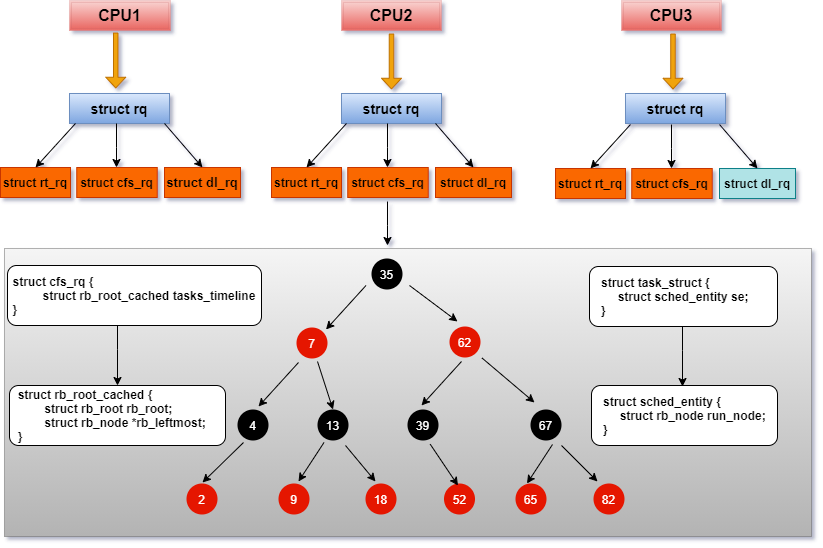
This is 深入理解Linux内核/进程/img/schedule.png from orientye/understanding-the-linux-kernel, a draw.io export, as it was before one commit. Source tidied: cells renumbered, new cells last; positions are measured from the earlier drawing's top-left corner, leaving out a move shared by most shapes. Source of this version:
```xml
<mxGraphModel shadow="1">
  <root>
    <mxCell id="0" />
    <mxCell id="1" parent="0" />
    <mxCell id="2" style="rounded=0;whiteSpace=wrap;html=1;glass=0;shadow=0;dashed=1;dashPattern=1 1;fillColor=#f5f5f5;strokeColor=#666666;gradientColor=#b3b3b3;" parent="1" vertex="1">
      <mxGeometry x="4" y="248" width="807" height="288" as="geometry" />
    </mxCell>
    <mxCell id="3" value="CPU2" style="shape=ext;double=1;rounded=0;whiteSpace=wrap;html=1;labelBackgroundColor=none;labelBorderColor=none;fontSize=16;strokeColor=#b85450;fillColor=#f8cecc;strokeWidth=0;fontStyle=1;gradientColor=#ea6b66;" parent="1" vertex="1">
      <mxGeometry x="341" width="100" height="30" as="geometry" />
    </mxCell>
    <mxCell id="4" value="CPU3" style="shape=ext;double=1;rounded=0;whiteSpace=wrap;html=1;labelBackgroundColor=none;labelBorderColor=none;fontSize=16;strokeColor=#b85450;fillColor=#f8cecc;strokeWidth=0;fontStyle=1;gradientColor=#ea6b66;" parent="1" vertex="1">
      <mxGeometry x="621" width="100" height="30" as="geometry" />
    </mxCell>
    <mxCell id="5" value="CPU1" style="shape=ext;double=1;rounded=0;whiteSpace=wrap;html=1;labelBackgroundColor=none;labelBorderColor=none;fontSize=16;strokeColor=#b85450;fillColor=#f8cecc;strokeWidth=0;fontStyle=1;gradientColor=#ea6b66;" parent="1" vertex="1">
      <mxGeometry x="69" width="101" height="30" as="geometry" />
    </mxCell>
    <mxCell id="6" style="shape=singleArrow;direction=east;whiteSpace=wrap;html=1;labelBackgroundColor=#FF9933;labelBorderColor=#FF9933;fontSize=21;rotation=90;fillColor=#f0a30a;strokeColor=#BD7000;fontColor=#000000;arrowWidth=0.2259999999999991;arrowSize=0.19527272727272743;" parent="1" vertex="1">
      <mxGeometry x="87.8" y="50" width="55" height="20" as="geometry" />
    </mxCell>
    <mxCell id="7" style="shape=singleArrow;direction=east;whiteSpace=wrap;html=1;labelBackgroundColor=#FF9933;labelBorderColor=#FF9933;fontSize=21;rotation=90;fillColor=#f0a30a;strokeColor=#BD7000;fontColor=#000000;arrowWidth=0.2259999999999991;arrowSize=0.19527272727272743;" parent="1" vertex="1">
      <mxGeometry x="363.5" y="51" width="55" height="20" as="geometry" />
    </mxCell>
    <mxCell id="8" style="shape=singleArrow;direction=east;whiteSpace=wrap;html=1;labelBackgroundColor=#FF9933;labelBorderColor=#FF9933;fontSize=21;rotation=90;fillColor=#f0a30a;strokeColor=#BD7000;fontColor=#000000;arrowWidth=0.2259999999999991;arrowSize=0.19527272727272743;" parent="1" vertex="1">
      <mxGeometry x="645" y="51" width="55" height="20" as="geometry" />
    </mxCell>
    <mxCell id="9" value="struct rq" style="rounded=0;whiteSpace=wrap;html=1;fillColor=#dae8fc;strokeColor=#6c8ebf;fontSize=14;fontStyle=1;gradientColor=#7ea6e0;" parent="1" vertex="1">
      <mxGeometry x="69" y="93" width="100" height="30" as="geometry" />
    </mxCell>
    <mxCell id="10" value="struct rq" style="rounded=0;whiteSpace=wrap;html=1;fillColor=#dae8fc;strokeColor=#6c8ebf;fontSize=14;fontStyle=1;gradientColor=#7ea6e0;" parent="1" vertex="1">
      <mxGeometry x="341" y="93" width="100" height="30" as="geometry" />
    </mxCell>
    <mxCell id="11" value="struct rq" style="rounded=0;whiteSpace=wrap;html=1;fillColor=#dae8fc;strokeColor=#6c8ebf;fontSize=14;fontStyle=1;gradientColor=#7ea6e0;" parent="1" vertex="1">
      <mxGeometry x="625" y="93" width="100" height="30" as="geometry" />
    </mxCell>
    <mxCell id="12" value="struct rt_rq" style="rounded=0;whiteSpace=wrap;html=1;fillColor=#fa6800;strokeColor=#C73500;fontSize=12;fontStyle=1;fontColor=#000000;" parent="1" vertex="1">
      <mxGeometry y="167" width="70" height="30" as="geometry" />
    </mxCell>
    <mxCell id="13" value="struct cfs_rq" style="rounded=0;whiteSpace=wrap;html=1;fillColor=#fa6800;strokeColor=#C73500;fontSize=12;fontStyle=1;fontColor=#000000;" parent="1" vertex="1">
      <mxGeometry x="76.2" y="167" width="80.5" height="30" as="geometry" />
    </mxCell>
    <mxCell id="14" value="struct dl_rq" style="rounded=0;whiteSpace=wrap;html=1;fillColor=#fa6800;strokeColor=#C73500;fontSize=13;fontStyle=1;fontColor=#000000;" parent="1" vertex="1">
      <mxGeometry x="164" y="167" width="76" height="30" as="geometry" />
    </mxCell>
    <mxCell id="15" style="endArrow=classic;html=1;rounded=0;entryX=0.5;entryY=0;entryDx=0;entryDy=0;" parent="1" edge="1" target="12">
      <mxGeometry relative="1" as="geometry">
        <mxPoint x="75" y="123" as="sourcePoint" />
        <Array as="points">
          <mxPoint x="55" y="145" />
        </Array>
      </mxGeometry>
    </mxCell>
    <mxCell id="16" style="endArrow=classic;html=1;rounded=0;" parent="1" edge="1">
      <mxGeometry relative="1" as="geometry">
        <mxPoint x="116" y="123" as="sourcePoint" />
        <mxPoint x="116" y="167" as="targetPoint" />
        <Array as="points">
          <mxPoint x="116" y="147" />
        </Array>
      </mxGeometry>
    </mxCell>
    <mxCell id="17" style="endArrow=classic;html=1;rounded=0;entryX=0.5;entryY=0;entryDx=0;entryDy=0;" parent="1" edge="1" target="14">
      <mxGeometry relative="1" as="geometry">
        <mxPoint x="164" y="123" as="sourcePoint" />
      </mxGeometry>
    </mxCell>
    <mxCell id="18" value="struct rt_rq" style="rounded=0;whiteSpace=wrap;html=1;fillColor=#fa6800;strokeColor=#C73500;fontSize=12;fontStyle=1;fontColor=#000000;" parent="1" vertex="1">
      <mxGeometry x="271" y="167" width="70" height="30" as="geometry" />
    </mxCell>
    <mxCell id="19" value="struct cfs_rq" style="rounded=0;whiteSpace=wrap;html=1;fillColor=#fa6800;strokeColor=#C73500;fontSize=12;fontStyle=1;fontColor=#000000;" parent="1" vertex="1">
      <mxGeometry x="347.2" y="167" width="80.5" height="30" as="geometry" />
    </mxCell>
    <mxCell id="20" value="struct dl_rq" style="rounded=0;whiteSpace=wrap;html=1;fillColor=#fa6800;strokeColor=#C73500;fontSize=12;fontStyle=1;fontColor=#000000;" parent="1" vertex="1">
      <mxGeometry x="435" y="167" width="76" height="30" as="geometry" />
    </mxCell>
    <mxCell id="21" style="endArrow=classic;html=1;rounded=0;entryX=0.5;entryY=0;entryDx=0;entryDy=0;" parent="1" edge="1" target="18">
      <mxGeometry relative="1" as="geometry">
        <mxPoint x="346" y="123" as="sourcePoint" />
      </mxGeometry>
    </mxCell>
    <mxCell id="22" style="endArrow=classic;html=1;rounded=0;" parent="1" edge="1">
      <mxGeometry relative="1" as="geometry">
        <mxPoint x="387" y="123" as="sourcePoint" />
        <mxPoint x="387" y="167" as="targetPoint" />
        <Array as="points">
          <mxPoint x="387" y="147" />
        </Array>
      </mxGeometry>
    </mxCell>
    <mxCell id="23" style="endArrow=classic;html=1;rounded=0;entryX=0.5;entryY=0;entryDx=0;entryDy=0;" parent="1" edge="1" target="20">
      <mxGeometry relative="1" as="geometry">
        <mxPoint x="435" y="123" as="sourcePoint" />
      </mxGeometry>
    </mxCell>
    <mxCell id="24" value="struct rt_rq" style="rounded=0;whiteSpace=wrap;html=1;fillColor=#fa6800;strokeColor=#C73500;fontSize=12;fontStyle=1;fontColor=#000000;" parent="1" vertex="1">
      <mxGeometry x="555" y="168" width="70" height="30" as="geometry" />
    </mxCell>
    <mxCell id="25" value="struct cfs_rq" style="rounded=0;whiteSpace=wrap;html=1;fillColor=#fa6800;strokeColor=#C73500;fontSize=12;fontStyle=1;fontColor=#000000;" parent="1" vertex="1">
      <mxGeometry x="631.2" y="168" width="80.5" height="30" as="geometry" />
    </mxCell>
    <mxCell id="26" value="struct dl_rq" style="rounded=0;whiteSpace=wrap;html=1;fillColor=#b0e3e6;strokeColor=#0e8088;fontSize=12;fontStyle=1;" parent="1" vertex="1">
      <mxGeometry x="719" y="168" width="76" height="30" as="geometry" />
    </mxCell>
    <mxCell id="27" style="endArrow=classic;html=1;rounded=0;entryX=0.5;entryY=0;entryDx=0;entryDy=0;" parent="1" edge="1" target="24">
      <mxGeometry relative="1" as="geometry">
        <mxPoint x="630" y="124" as="sourcePoint" />
      </mxGeometry>
    </mxCell>
    <mxCell id="28" style="endArrow=classic;html=1;rounded=0;" parent="1" edge="1">
      <mxGeometry relative="1" as="geometry">
        <mxPoint x="671" y="124" as="sourcePoint" />
        <mxPoint x="671" y="168" as="targetPoint" />
        <Array as="points">
          <mxPoint x="671" y="148" />
        </Array>
      </mxGeometry>
    </mxCell>
    <mxCell id="29" style="endArrow=classic;html=1;rounded=0;entryX=0.5;entryY=0;entryDx=0;entryDy=0;" parent="1" edge="1" target="26">
      <mxGeometry relative="1" as="geometry">
        <mxPoint x="719" y="124" as="sourcePoint" />
      </mxGeometry>
    </mxCell>
    <mxCell id="30" style="endArrow=classic;html=1;rounded=0;" parent="1" edge="1">
      <mxGeometry relative="1" as="geometry">
        <mxPoint x="387" y="201" as="sourcePoint" />
        <mxPoint x="387" y="245" as="targetPoint" />
        <Array as="points">
          <mxPoint x="387" y="225" />
        </Array>
      </mxGeometry>
    </mxCell>
    <mxCell id="31" value="7" style="ellipse;whiteSpace=wrap;html=1;fillColor=#e51400;fontColor=#ffffff;strokeColor=none;" parent="1" vertex="1">
      <mxGeometry x="296" y="327" width="31" height="31" as="geometry" />
    </mxCell>
    <mxCell id="32" value="35" style="ellipse;whiteSpace=wrap;html=1;fillColor=#000000;fontColor=#ffffff;strokeColor=none;" parent="1" vertex="1">
      <mxGeometry x="371" y="258" width="31" height="31" as="geometry" />
    </mxCell>
    <mxCell id="33" value="62" style="ellipse;whiteSpace=wrap;html=1;fillColor=#e51400;fontColor=#ffffff;strokeColor=none;" parent="1" vertex="1">
      <mxGeometry x="449" y="326" width="31" height="31" as="geometry" />
    </mxCell>
    <mxCell id="34" value="4" style="ellipse;whiteSpace=wrap;html=1;fillColor=#000000;fontColor=#ffffff;strokeColor=none;horizontal=1;verticalAlign=middle;" parent="1" vertex="1">
      <mxGeometry x="237" y="409" width="31" height="31" as="geometry" />
    </mxCell>
    <mxCell id="35" value="13" style="ellipse;whiteSpace=wrap;html=1;fillColor=#000000;fontColor=#ffffff;strokeColor=none;horizontal=1;verticalAlign=middle;" parent="1" vertex="1">
      <mxGeometry x="317" y="409" width="31" height="31" as="geometry" />
    </mxCell>
    <mxCell id="36" value="39" style="ellipse;whiteSpace=wrap;html=1;fillColor=#000000;fontColor=#ffffff;strokeColor=none;horizontal=1;verticalAlign=middle;" parent="1" vertex="1">
      <mxGeometry x="407" y="409" width="31" height="31" as="geometry" />
    </mxCell>
    <mxCell id="37" value="67" style="ellipse;whiteSpace=wrap;html=1;fillColor=#000000;fontColor=#ffffff;strokeColor=none;horizontal=1;verticalAlign=middle;" parent="1" vertex="1">
      <mxGeometry x="530" y="409" width="31" height="31" as="geometry" />
    </mxCell>
    <mxCell id="38" value="2" style="ellipse;whiteSpace=wrap;html=1;fillColor=#e51400;fontColor=#ffffff;strokeColor=none;" parent="1" vertex="1">
      <mxGeometry x="186" y="483" width="31" height="31" as="geometry" />
    </mxCell>
    <mxCell id="39" value="65" style="ellipse;whiteSpace=wrap;html=1;fillColor=#e51400;fontColor=#ffffff;strokeColor=none;" parent="1" vertex="1">
      <mxGeometry x="515" y="483" width="31" height="31" as="geometry" />
    </mxCell>
    <mxCell id="40" value="82" style="ellipse;whiteSpace=wrap;html=1;fillColor=#e51400;fontColor=#ffffff;strokeColor=none;" parent="1" vertex="1">
      <mxGeometry x="593" y="483" width="31" height="31" as="geometry" />
    </mxCell>
    <mxCell id="41" value="18" style="ellipse;whiteSpace=wrap;html=1;fillColor=#e51400;fontColor=#ffffff;strokeColor=none;" parent="1" vertex="1">
      <mxGeometry x="365" y="483" width="31" height="31" as="geometry" />
    </mxCell>
    <mxCell id="42" value="52" style="ellipse;whiteSpace=wrap;html=1;fillColor=#e51400;fontColor=#ffffff;strokeColor=none;" parent="1" vertex="1">
      <mxGeometry x="443.5" y="483" width="31" height="31" as="geometry" />
    </mxCell>
    <mxCell id="43" value="9" style="ellipse;whiteSpace=wrap;html=1;fillColor=#e51400;fontColor=#ffffff;strokeColor=none;" parent="1" vertex="1">
      <mxGeometry x="278" y="483" width="31" height="31" as="geometry" />
    </mxCell>
    <mxCell id="44" style="endArrow=classic;html=1;rounded=0;entryX=0.5;entryY=0;entryDx=0;entryDy=0;" parent="1" edge="1">
      <mxGeometry relative="1" as="geometry">
        <mxPoint x="365.5" y="285" as="sourcePoint" />
        <mxPoint x="325.5" y="329" as="targetPoint" />
        <Array as="points">
          <mxPoint x="345.5" y="307" />
        </Array>
      </mxGeometry>
    </mxCell>
    <mxCell id="45" style="endArrow=classic;html=1;rounded=0;entryX=0.5;entryY=0;entryDx=0;entryDy=0;" parent="1" edge="1">
      <mxGeometry relative="1" as="geometry">
        <mxPoint x="298" y="362" as="sourcePoint" />
        <mxPoint x="258" y="406" as="targetPoint" />
        <Array as="points">
          <mxPoint x="278" y="384" />
        </Array>
      </mxGeometry>
    </mxCell>
    <mxCell id="46" style="endArrow=classic;html=1;rounded=0;entryX=0.5;entryY=0;entryDx=0;entryDy=0;exitX=0.25;exitY=1.056;exitDx=0;exitDy=0;exitPerimeter=0;" parent="1" edge="1">
      <mxGeometry relative="1" as="geometry">
        <mxPoint x="243" y="442" as="sourcePoint" />
        <mxPoint x="202" y="482" as="targetPoint" />
      </mxGeometry>
    </mxCell>
    <mxCell id="47" style="endArrow=classic;html=1;rounded=0;" parent="1" edge="1">
      <mxGeometry relative="1" as="geometry">
        <mxPoint x="323.5" y="442" as="sourcePoint" />
        <mxPoint x="298" y="481" as="targetPoint" />
      </mxGeometry>
    </mxCell>
    <mxCell id="48" style="endArrow=classic;html=1;rounded=0;" parent="1" edge="1">
      <mxGeometry relative="1" as="geometry">
        <mxPoint x="409" y="285" as="sourcePoint" />
        <mxPoint x="457" y="321" as="targetPoint" />
      </mxGeometry>
    </mxCell>
    <mxCell id="49" style="endArrow=classic;html=1;rounded=0;exitX=1;exitY=1;exitDx=0;exitDy=0;" parent="1" edge="1">
      <mxGeometry relative="1" as="geometry">
        <mxPoint x="481.5" y="357.5" as="sourcePoint" />
        <mxPoint x="534" y="402" as="targetPoint" />
      </mxGeometry>
    </mxCell>
    <mxCell id="50" style="endArrow=classic;html=1;rounded=0;" parent="1" edge="1">
      <mxGeometry relative="1" as="geometry">
        <mxPoint x="561" y="445" as="sourcePoint" />
        <mxPoint x="597" y="481" as="targetPoint" />
      </mxGeometry>
    </mxCell>
    <mxCell id="51" style="endArrow=classic;html=1;rounded=0;exitX=1;exitY=1;exitDx=0;exitDy=0;" parent="1" edge="1">
      <mxGeometry relative="1" as="geometry">
        <mxPoint x="429.7" y="443.7" as="sourcePoint" />
        <mxPoint x="457.5" y="485" as="targetPoint" />
      </mxGeometry>
    </mxCell>
    <mxCell id="52" style="endArrow=classic;html=1;rounded=0;entryX=0.5;entryY=0;entryDx=0;entryDy=0;" parent="1" edge="1">
      <mxGeometry relative="1" as="geometry">
        <mxPoint x="461" y="361" as="sourcePoint" />
        <mxPoint x="421" y="405" as="targetPoint" />
        <Array as="points">
          <mxPoint x="441" y="383" />
        </Array>
      </mxGeometry>
    </mxCell>
    <mxCell id="53" style="endArrow=classic;html=1;rounded=0;entryX=0.5;entryY=0;entryDx=0;entryDy=0;" parent="1" edge="1" target="35">
      <mxGeometry relative="1" as="geometry">
        <mxPoint x="317" y="361" as="sourcePoint" />
      </mxGeometry>
    </mxCell>
    <mxCell id="54" style="endArrow=classic;html=1;rounded=0;" parent="1" edge="1">
      <mxGeometry relative="1" as="geometry">
        <mxPoint x="345" y="445" as="sourcePoint" />
        <mxPoint x="375" y="481" as="targetPoint" />
      </mxGeometry>
    </mxCell>
    <mxCell id="55" style="endArrow=classic;html=1;rounded=0;" parent="1" edge="1">
      <mxGeometry relative="1" as="geometry">
        <mxPoint x="552" y="444" as="sourcePoint" />
        <mxPoint x="526.5" y="483" as="targetPoint" />
      </mxGeometry>
    </mxCell>
    <mxCell id="56" style="edgeStyle=orthogonalEdgeStyle;rounded=0;jettySize=auto;html=1;" parent="1" edge="1" source="57" target="58">
      <mxGeometry relative="1" as="geometry">
        <Array as="points">
          <mxPoint x="117" y="349" />
          <mxPoint x="117" y="349" />
        </Array>
      </mxGeometry>
    </mxCell>
    <mxCell id="57" value="&lt;div style=&quot;text-align: left;&quot;&gt;&lt;span style=&quot;background-color: initial;&quot;&gt;&lt;b&gt;struct cfs_rq {&lt;/b&gt;&lt;/span&gt;&lt;/div&gt;&lt;b&gt;&lt;font style=&quot;font-size: 11px;&quot;&gt;&amp;nbsp; &amp;nbsp; &amp;nbsp; &amp;nbsp; &amp;nbsp;struct rb_root_cached&#9;tasks_timeline&lt;/font&gt;&lt;br&gt;&lt;/b&gt;&lt;div style=&quot;text-align: left;&quot;&gt;&lt;b&gt;}&lt;/b&gt;&lt;/div&gt;" style="rounded=1;whiteSpace=wrap;html=1;" parent="1" vertex="1">
      <mxGeometry x="7" y="265" width="254" height="60" as="geometry" />
    </mxCell>
    <mxCell id="58" value="&lt;div&gt;&lt;b&gt;&amp;nbsp; struct rb_root_cached {&lt;/b&gt;&lt;/div&gt;&lt;div&gt;&lt;b&gt;&amp;nbsp; &amp;nbsp; &amp;nbsp; &amp;nbsp; &amp;nbsp; struct rb_root rb_root;&lt;/b&gt;&lt;/div&gt;&lt;div&gt;&lt;b&gt;&lt;span style=&quot;&quot;&gt;&lt;/span&gt;&amp;nbsp; &amp;nbsp; &amp;nbsp; &amp;nbsp; &amp;nbsp; struct rb_node *rb_leftmost;&lt;/b&gt;&lt;/div&gt;&lt;div&gt;&lt;b&gt;&amp;nbsp; }&lt;/b&gt;&lt;/div&gt;" style="rounded=1;whiteSpace=wrap;html=1;align=left;" parent="1" vertex="1">
      <mxGeometry x="9" y="385" width="216" height="60" as="geometry" />
    </mxCell>
    <mxCell id="59" value="&amp;nbsp; &amp;nbsp;struct task_struct {&lt;br&gt;&amp;nbsp; &amp;nbsp; &amp;nbsp; &amp;nbsp; struct sched_entity&#9;&#9;se;&lt;br&gt;&amp;nbsp; &amp;nbsp;}" style="rounded=1;whiteSpace=wrap;html=1;fontStyle=1;align=left;" parent="1" vertex="1">
      <mxGeometry x="589" y="266" width="188" height="60" as="geometry" />
    </mxCell>
    <mxCell id="60" value="&amp;nbsp; &amp;nbsp;struct sched_entity {&lt;br&gt;&amp;nbsp; &amp;nbsp; &amp;nbsp; &amp;nbsp; struct rb_node&#9;&#9;&#9;run_node;&lt;br&gt;&amp;nbsp; &amp;nbsp;}" style="rounded=1;whiteSpace=wrap;html=1;fontStyle=1;align=left;" parent="1" vertex="1">
      <mxGeometry x="591" y="385" width="186" height="60" as="geometry" />
    </mxCell>
    <mxCell id="61" style="edgeStyle=orthogonalEdgeStyle;rounded=0;orthogonalLoop=1;jettySize=auto;html=1;" parent="1" edge="1">
      <mxGeometry relative="1" as="geometry">
        <mxPoint x="682" y="326" as="sourcePoint" />
        <mxPoint x="682" y="386" as="targetPoint" />
        <Array as="points">
          <mxPoint x="682" y="350" />
          <mxPoint x="682" y="350" />
        </Array>
      </mxGeometry>
    </mxCell>
  </root>
</mxGraphModel>
```
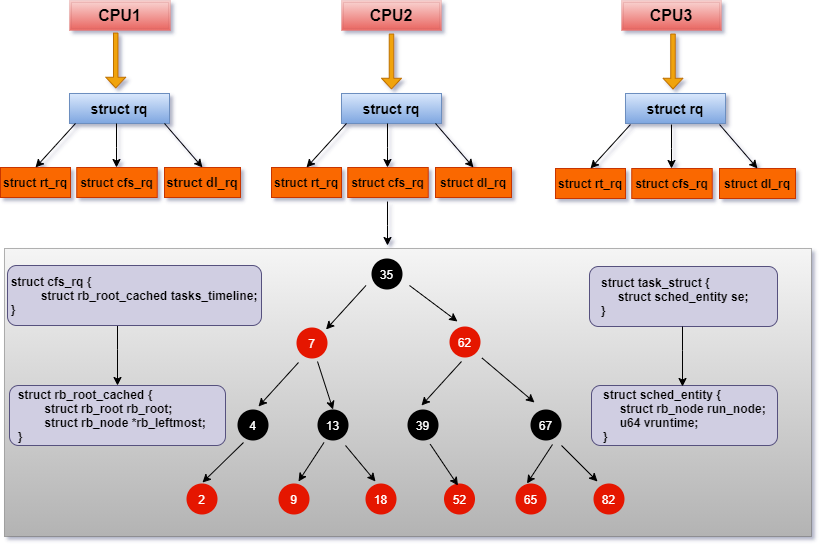
After the change.

Change to the diagram source:
```diff
@@ -1,4 +1,4 @@
-<mxGraphModel shadow="1">
+<mxGraphModel background="#ffffff" shadow="1">
   <root>
     <mxCell id="0" />
     <mxCell id="1" parent="0" />
@@ -97,7 +97,7 @@
     <mxCell id="25" value="struct cfs_rq" style="rounded=0;whiteSpace=wrap;html=1;fillColor=#fa6800;strokeColor=#C73500;fontSize=12;fontStyle=1;fontColor=#000000;" parent="1" vertex="1">
       <mxGeometry x="631.2" y="168" width="80.5" height="30" as="geometry" />
     </mxCell>
-    <mxCell id="26" value="struct dl_rq" style="rounded=0;whiteSpace=wrap;html=1;fillColor=#b0e3e6;strokeColor=#0e8088;fontSize=12;fontStyle=1;" parent="1" vertex="1">
+    <mxCell id="26" value="struct dl_rq" style="rounded=0;whiteSpace=wrap;html=1;fillColor=#fa6800;strokeColor=#C73500;fontSize=12;fontStyle=1;fontColor=#000000;" parent="1" vertex="1">
       <mxGeometry x="719" y="168" width="76" height="30" as="geometry" />
     </mxCell>
     <mxCell id="27" style="endArrow=classic;html=1;rounded=0;entryX=0.5;entryY=0;entryDx=0;entryDy=0;" parent="1" edge="1" target="24">
@@ -255,16 +255,16 @@
         </Array>
       </mxGeometry>
     </mxCell>
-    <mxCell id="57" value="&lt;div style=&quot;text-align: left;&quot;&gt;&lt;span style=&quot;background-color: initial;&quot;&gt;&lt;b&gt;struct cfs_rq {&lt;/b&gt;&lt;/span&gt;&lt;/div&gt;&lt;b&gt;&lt;font style=&quot;font-size: 11px;&quot;&gt;&amp;nbsp; &amp;nbsp; &amp;nbsp; &amp;nbsp; &amp;nbsp;struct rb_root_cached&#9;tasks_timeline&lt;/font&gt;&lt;br&gt;&lt;/b&gt;&lt;div style=&quot;text-align: left;&quot;&gt;&lt;b&gt;}&lt;/b&gt;&lt;/div&gt;" style="rounded=1;whiteSpace=wrap;html=1;" parent="1" vertex="1">
+    <mxCell id="57" value="&lt;div style=&quot;text-align: left;&quot;&gt;&lt;span style=&quot;background-color: initial;&quot;&gt;&lt;b&gt;struct cfs_rq {&lt;/b&gt;&lt;/span&gt;&lt;/div&gt;&lt;b&gt;&lt;font style=&quot;font-size: 11px;&quot;&gt;&amp;nbsp; &amp;nbsp; &amp;nbsp; &amp;nbsp; &amp;nbsp;struct rb_root_cached&#9;tasks_timeline;&lt;/font&gt;&lt;br&gt;&lt;/b&gt;&lt;div style=&quot;text-align: left;&quot;&gt;&lt;b&gt;}&lt;/b&gt;&lt;/div&gt;" style="rounded=1;whiteSpace=wrap;html=1;fillColor=#d0cee2;strokeColor=#56517e;" parent="1" vertex="1">
       <mxGeometry x="7" y="265" width="254" height="60" as="geometry" />
     </mxCell>
-    <mxCell id="58" value="&lt;div&gt;&lt;b&gt;&amp;nbsp; struct rb_root_cached {&lt;/b&gt;&lt;/div&gt;&lt;div&gt;&lt;b&gt;&amp;nbsp; &amp;nbsp; &amp;nbsp; &amp;nbsp; &amp;nbsp; struct rb_root rb_root;&lt;/b&gt;&lt;/div&gt;&lt;div&gt;&lt;b&gt;&lt;span style=&quot;&quot;&gt;&lt;/span&gt;&amp;nbsp; &amp;nbsp; &amp;nbsp; &amp;nbsp; &amp;nbsp; struct rb_node *rb_leftmost;&lt;/b&gt;&lt;/div&gt;&lt;div&gt;&lt;b&gt;&amp;nbsp; }&lt;/b&gt;&lt;/div&gt;" style="rounded=1;whiteSpace=wrap;html=1;align=left;" parent="1" vertex="1">
+    <mxCell id="58" value="&lt;div&gt;&lt;b&gt;&amp;nbsp; struct rb_root_cached {&lt;/b&gt;&lt;/div&gt;&lt;div&gt;&lt;b&gt;&amp;nbsp; &amp;nbsp; &amp;nbsp; &amp;nbsp; &amp;nbsp; struct rb_root rb_root;&lt;/b&gt;&lt;/div&gt;&lt;div&gt;&lt;b&gt;&lt;span style=&quot;&quot;&gt;&lt;/span&gt;&amp;nbsp; &amp;nbsp; &amp;nbsp; &amp;nbsp; &amp;nbsp; struct rb_node *rb_leftmost;&lt;/b&gt;&lt;/div&gt;&lt;div&gt;&lt;b&gt;&amp;nbsp; }&lt;/b&gt;&lt;/div&gt;" style="rounded=1;whiteSpace=wrap;html=1;align=left;fillColor=#d0cee2;strokeColor=#56517e;" parent="1" vertex="1">
       <mxGeometry x="9" y="385" width="216" height="60" as="geometry" />
     </mxCell>
-    <mxCell id="59" value="&amp;nbsp; &amp;nbsp;struct task_struct {&lt;br&gt;&amp;nbsp; &amp;nbsp; &amp;nbsp; &amp;nbsp; struct sched_entity&#9;&#9;se;&lt;br&gt;&amp;nbsp; &amp;nbsp;}" style="rounded=1;whiteSpace=wrap;html=1;fontStyle=1;align=left;" parent="1" vertex="1">
+    <mxCell id="59" value="&amp;nbsp; &amp;nbsp;struct task_struct {&lt;br&gt;&amp;nbsp; &amp;nbsp; &amp;nbsp; &amp;nbsp; struct sched_entity&#9;&#9;se;&lt;br&gt;&amp;nbsp; &amp;nbsp;}" style="rounded=1;whiteSpace=wrap;html=1;fontStyle=1;align=left;fillColor=#d0cee2;strokeColor=#56517e;" parent="1" vertex="1">
       <mxGeometry x="589" y="266" width="188" height="60" as="geometry" />
     </mxCell>
-    <mxCell id="60" value="&amp;nbsp; &amp;nbsp;struct sched_entity {&lt;br&gt;&amp;nbsp; &amp;nbsp; &amp;nbsp; &amp;nbsp; struct rb_node&#9;&#9;&#9;run_node;&lt;br&gt;&amp;nbsp; &amp;nbsp;}" style="rounded=1;whiteSpace=wrap;html=1;fontStyle=1;align=left;" parent="1" vertex="1">
+    <mxCell id="60" value="&amp;nbsp; &amp;nbsp;struct sched_entity {&lt;br&gt;&amp;nbsp; &amp;nbsp; &amp;nbsp; &amp;nbsp; struct rb_node&#9;&#9;&#9;run_node;&lt;br&gt;&amp;nbsp; &amp;nbsp; &amp;nbsp; &amp;nbsp; u64&#9;&#9;&#9;&#9;vruntime;&lt;br&gt;&amp;nbsp; &amp;nbsp;}" style="rounded=1;whiteSpace=wrap;html=1;fontStyle=1;align=left;fillColor=#d0cee2;strokeColor=#56517e;" parent="1" vertex="1">
       <mxGeometry x="591" y="385" width="186" height="60" as="geometry" />
     </mxCell>
     <mxCell id="61" style="edgeStyle=orthogonalEdgeStyle;rounded=0;orthogonalLoop=1;jettySize=auto;html=1;" parent="1" edge="1">
```
